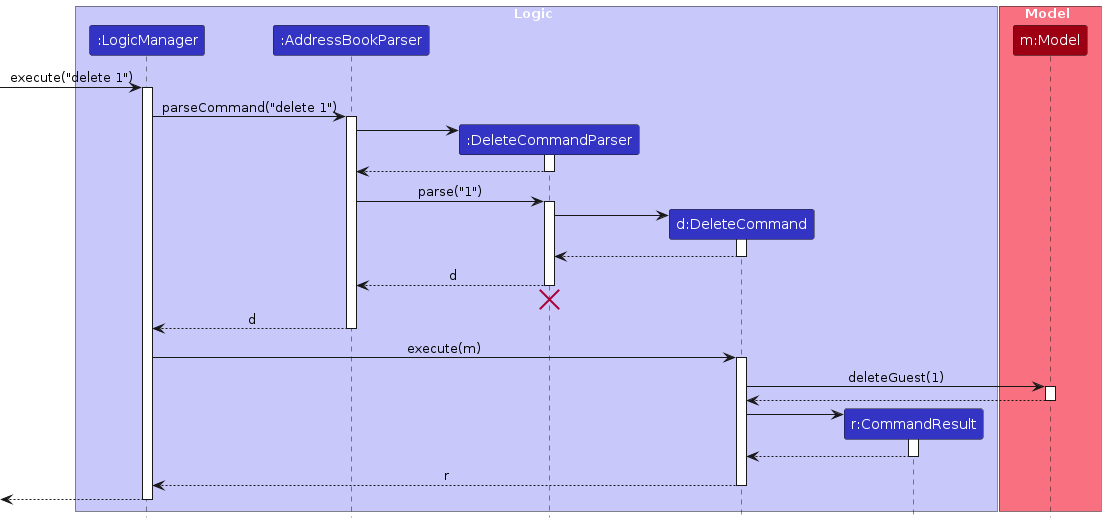
AY2425S2-CS2103T-W09-2/tp keeps this PlantUML diagram as diagrams/DeleteSequenceDiagram.png. Above is the earlier version. Its source is kept beside it as diagrams/DeleteSequenceDiagram.puml. The source it was exported from:
```plantuml
@startuml
!include style.puml
skinparam ArrowFontStyle plain

box Logic LOGIC_COLOR_T1
participant ":LogicManager" as LogicManager LOGIC_COLOR
participant ":AddressBookParser" as AddressBookParser LOGIC_COLOR
participant ":DeleteCommandParser" as DeleteCommandParser LOGIC_COLOR
participant "d:DeleteCommand" as DeleteCommand LOGIC_COLOR
participant "r:CommandResult" as CommandResult LOGIC_COLOR
end box

box Model MODEL_COLOR_T1
participant "m:Model" as Model MODEL_COLOR
end box

[-> LogicManager : execute("delete 1")
activate LogicManager

LogicManager -> AddressBookParser : parseCommand("delete 1")
activate AddressBookParser

create DeleteCommandParser
AddressBookParser -> DeleteCommandParser
activate DeleteCommandParser

DeleteCommandParser --> AddressBookParser
deactivate DeleteCommandParser

AddressBookParser -> DeleteCommandParser : parse("1")
activate DeleteCommandParser

create DeleteCommand
DeleteCommandParser -> DeleteCommand
activate DeleteCommand

DeleteCommand --> DeleteCommandParser :
deactivate DeleteCommand

DeleteCommandParser --> AddressBookParser : d
deactivate DeleteCommandParser
DeleteCommandParser -[hidden]-> AddressBookParser
destroy DeleteCommandParser

AddressBookParser --> LogicManager : d
deactivate AddressBookParser

LogicManager -> DeleteCommand : execute(m)
activate DeleteCommand

DeleteCommand -> Model : deleteGuest(1)
activate Model

Model --> DeleteCommand
deactivate Model

create CommandResult
DeleteCommand -> CommandResult
activate CommandResult

CommandResult --> DeleteCommand
deactivate CommandResult

DeleteCommand --> LogicManager : r
deactivate DeleteCommand

[<--LogicManager
deactivate LogicManager
@enduml
```
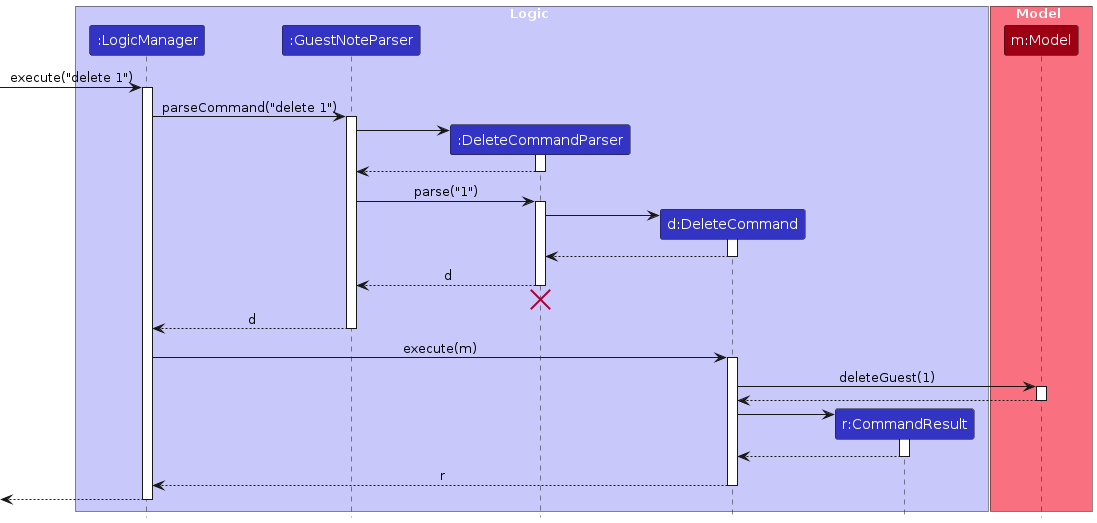
Above is the later version.

What changed in the source:
```diff
@@ -4,7 +4,7 @@
 
 box Logic LOGIC_COLOR_T1
 participant ":LogicManager" as LogicManager LOGIC_COLOR
-participant ":AddressBookParser" as AddressBookParser LOGIC_COLOR
+participant ":GuestNoteParser" as GuestNoteParser LOGIC_COLOR
 participant ":DeleteCommandParser" as DeleteCommandParser LOGIC_COLOR
 participant "d:DeleteCommand" as DeleteCommand LOGIC_COLOR
 participant "r:CommandResult" as CommandResult LOGIC_COLOR
@@ -17,17 +17,17 @@
 [-> LogicManager : execute("delete 1")
 activate LogicManager
 
-LogicManager -> AddressBookParser : parseCommand("delete 1")
-activate AddressBookParser
+LogicManager -> GuestNoteParser : parseCommand("delete 1")
+activate GuestNoteParser
 
 create DeleteCommandParser
-AddressBookParser -> DeleteCommandParser
+GuestNoteParser -> DeleteCommandParser
 activate DeleteCommandParser
 
-DeleteCommandParser --> AddressBookParser
+DeleteCommandParser --> GuestNoteParser
 deactivate DeleteCommandParser
 
-AddressBookParser -> DeleteCommandParser : parse("1")
+GuestNoteParser -> DeleteCommandParser : parse("1")
 activate DeleteCommandParser
 
 create DeleteCommand
@@ -37,13 +37,13 @@
 DeleteCommand --> DeleteCommandParser :
 deactivate DeleteCommand
 
-DeleteCommandParser --> AddressBookParser : d
+DeleteCommandParser --> GuestNoteParser : d
 deactivate DeleteCommandParser
-DeleteCommandParser -[hidden]-> AddressBookParser
+DeleteCommandParser -[hidden]-> GuestNoteParser
 destroy DeleteCommandParser
 
-AddressBookParser --> LogicManager : d
-deactivate AddressBookParser
+GuestNoteParser --> LogicManager : d
+deactivate GuestNoteParser
 
 LogicManager -> DeleteCommand : execute(m)
 activate DeleteCommand
```
